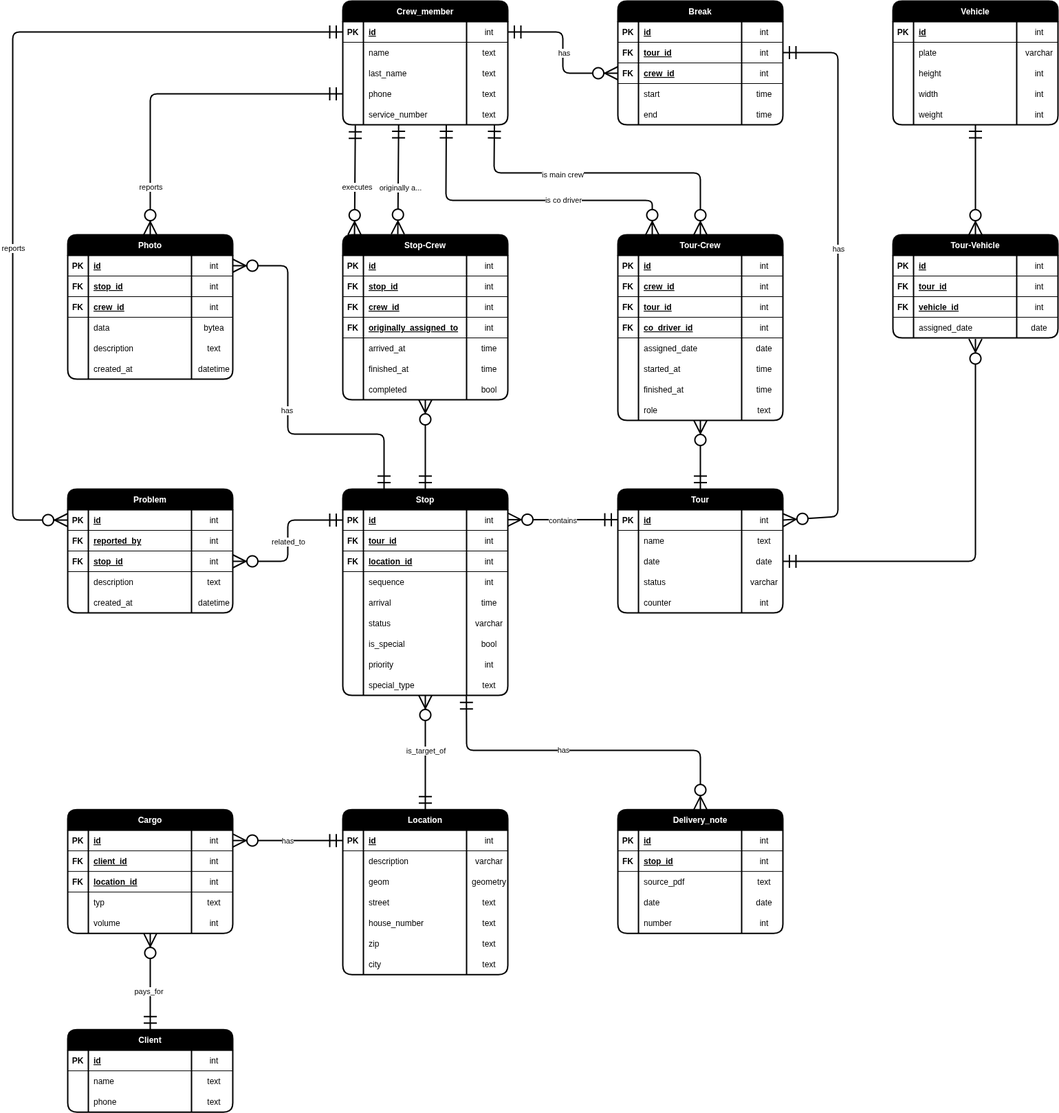
Above: docs/database/erd.png in gabrielbindi/VoBi-Tour (draw.io), before the change. Source tidied: cells renumbered, new cells last; positions are measured from the earlier drawing's top-left corner, leaving out a move shared by most shapes.
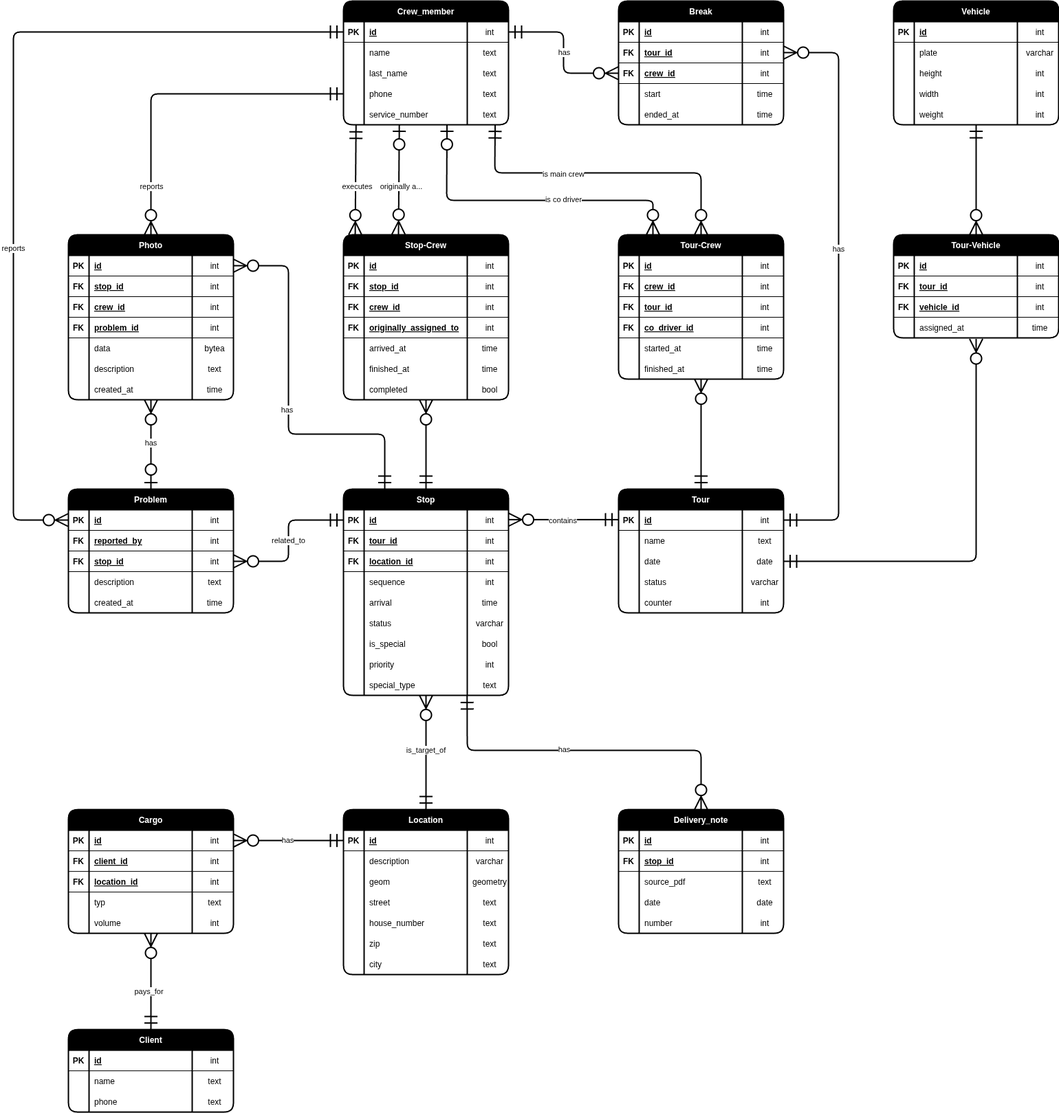
The same file after the commit.

Commit message:
#26 deledet compledet_at from Stop-Crew

What changed in the source:
```diff
@@ -1,4 +1,4 @@
-<mxGraphModel background="#ffffff">
+<mxGraphModel>
   <root>
     <mxCell id="0" />
     <mxCell id="1" parent="0" />
@@ -185,7 +185,7 @@
     <mxCell id="62" style="shape=partialRectangle;fillColor=none;top=0;left=0;bottom=0;right=0;overflow=hidden;" parent="61" vertex="1">
       <mxGeometry width="30" height="30" as="geometry" />
     </mxCell>
-    <mxCell id="63" value="end" style="shape=partialRectangle;fillColor=none;top=0;left=0;bottom=0;right=0;align=left;spacingLeft=6;overflow=hidden;" parent="61" vertex="1">
+    <mxCell id="63" value="ended_at" style="shape=partialRectangle;fillColor=none;top=0;left=0;bottom=0;right=0;align=left;spacingLeft=6;overflow=hidden;" parent="61" vertex="1">
       <mxGeometry x="30" width="150" height="30" as="geometry" />
     </mxCell>
     <mxCell id="64" value="time" style="shape=partialRectangle;fillColor=none;top=0;left=0;bottom=0;right=0;align=center;spacingLeft=6;overflow=hidden;" parent="61" vertex="1">
@@ -251,7 +251,7 @@
     <mxCell id="84" value="created_at" style="shape=partialRectangle;fillColor=none;top=0;left=0;bottom=0;right=0;align=left;spacingLeft=6;overflow=hidden;" parent="82" vertex="1">
       <mxGeometry x="30" width="150" height="30" as="geometry" />
     </mxCell>
-    <mxCell id="85" value="datetime" style="shape=partialRectangle;fillColor=none;top=0;left=0;bottom=0;right=0;align=center;spacingLeft=6;overflow=hidden;" parent="82" vertex="1">
+    <mxCell id="85" value="time" style="shape=partialRectangle;fillColor=none;top=0;left=0;bottom=0;right=0;align=center;spacingLeft=6;overflow=hidden;" parent="82" vertex="1">
       <mxGeometry x="180" width="60" height="30" as="geometry" />
     </mxCell>
     <mxCell id="86" style="fontSize=12;html=1;endArrow=ERzeroToMany;startArrow=ERmandOne;entryX=0;entryY=0.5;entryDx=0;entryDy=0;endSize=16;startSize=16;targetPerimeterSpacing=0;strokeWidth=2;exitX=0;exitY=0.5;exitDx=0;exitDy=0;" parent="1" edge="1" source="3" target="66">
@@ -331,7 +331,7 @@
       <mxGeometry x="180" width="60" height="30" as="geometry" />
     </mxCell>
     <mxCell id="109" value="Photo" style="shape=table;startSize=30;rowLines=0;fontStyle=1;align=center;swimlaneFillColor=none;fillColor=#000000;fontColor=#FFFFFF;strokeWidth=2;rounded=1;" parent="1" vertex="1">
-      <mxGeometry x="80" y="340" width="240" height="210" as="geometry" />
+      <mxGeometry x="80" y="340" width="240" height="240" as="geometry" />
     </mxCell>
     <mxCell id="110" style="shape=tableRow;horizontal=0;startSize=0;swimlaneHead=0;swimlaneBody=0;fillColor=none;points=[[0,0.5],[1,0.5]];portConstraint=eastwest;top=0;left=0;right=0;bottom=1;" parent="109" vertex="1">
       <mxGeometry y="30" width="240" height="30" as="geometry" />
@@ -369,8 +369,20 @@
     <mxCell id="121" value="int" style="shape=partialRectangle;fillColor=none;top=0;left=0;bottom=0;right=0;align=center;spacingLeft=6;fontStyle=0;overflow=hidden;" parent="118" vertex="1">
       <mxGeometry x="180" width="60" height="30" as="geometry" />
     </mxCell>
+    <mxCell id="366" style="shape=tableRow;horizontal=0;startSize=0;swimlaneHead=0;swimlaneBody=0;fillColor=none;top=0;left=0;right=0;bottom=1;" parent="109" vertex="1">
+      <mxGeometry y="120" width="240" height="30" as="geometry" />
+    </mxCell>
+    <mxCell id="367" value="FK" style="shape=partialRectangle;fillColor=none;top=0;left=0;bottom=0;right=0;fontStyle=1;overflow=hidden;" parent="366" vertex="1">
+      <mxGeometry width="30" height="30" as="geometry" />
+    </mxCell>
+    <mxCell id="368" value="problem_id" style="shape=partialRectangle;fillColor=none;top=0;left=0;bottom=0;right=0;align=left;spacingLeft=6;fontStyle=5;overflow=hidden;" parent="366" vertex="1">
+      <mxGeometry x="30" width="150" height="30" as="geometry" />
+    </mxCell>
+    <mxCell id="369" value="int" style="shape=partialRectangle;fillColor=none;top=0;left=0;bottom=0;right=0;align=center;spacingLeft=6;fontStyle=0;overflow=hidden;" parent="366" vertex="1">
+      <mxGeometry x="180" width="60" height="30" as="geometry" />
+    </mxCell>
     <mxCell id="122" style="shape=tableRow;horizontal=0;startSize=0;swimlaneHead=0;swimlaneBody=0;fillColor=none;top=0;left=0;right=0;bottom=0;" parent="109" vertex="1">
-      <mxGeometry y="120" width="240" height="30" as="geometry" />
+      <mxGeometry y="150" width="240" height="30" as="geometry" />
     </mxCell>
     <mxCell id="123" style="shape=partialRectangle;fillColor=none;top=0;left=0;bottom=0;right=0;overflow=hidden;" parent="122" vertex="1">
       <mxGeometry width="30" height="30" as="geometry" />
@@ -382,7 +394,7 @@
       <mxGeometry x="180" width="60" height="30" as="geometry" />
     </mxCell>
     <mxCell id="126" style="shape=tableRow;horizontal=0;startSize=0;swimlaneHead=0;swimlaneBody=0;fillColor=none;top=0;left=0;right=0;bottom=0;" parent="109" vertex="1">
-      <mxGeometry y="150" width="240" height="30" as="geometry" />
+      <mxGeometry y="180" width="240" height="30" as="geometry" />
     </mxCell>
     <mxCell id="127" style="shape=partialRectangle;fillColor=none;top=0;left=0;bottom=0;right=0;overflow=hidden;" parent="126" vertex="1">
       <mxGeometry width="30" height="30" as="geometry" />
@@ -394,7 +406,7 @@
       <mxGeometry x="180" width="60" height="30" as="geometry" />
     </mxCell>
     <mxCell id="130" style="shape=tableRow;horizontal=0;startSize=0;swimlaneHead=0;swimlaneBody=0;fillColor=none;top=0;left=0;right=0;bottom=0;" parent="109" vertex="1">
-      <mxGeometry y="180" width="240" height="30" as="geometry" />
+      <mxGeometry y="210" width="240" height="30" as="geometry" />
     </mxCell>
     <mxCell id="131" style="shape=partialRectangle;fillColor=none;top=0;left=0;bottom=0;right=0;overflow=hidden;" parent="130" vertex="1">
       <mxGeometry width="30" height="30" as="geometry" />
@@ -402,7 +414,7 @@
     <mxCell id="132" value="created_at" style="shape=partialRectangle;fillColor=none;top=0;left=0;bottom=0;right=0;align=left;spacingLeft=6;overflow=hidden;" parent="130" vertex="1">
       <mxGeometry x="30" width="150" height="30" as="geometry" />
     </mxCell>
-    <mxCell id="133" value="datetime" style="shape=partialRectangle;fillColor=none;top=0;left=0;bottom=0;right=0;align=center;spacingLeft=6;overflow=hidden;" parent="130" vertex="1">
+    <mxCell id="133" value="time" style="shape=partialRectangle;fillColor=none;top=0;left=0;bottom=0;right=0;align=center;spacingLeft=6;overflow=hidden;" parent="130" vertex="1">
       <mxGeometry x="180" width="60" height="30" as="geometry" />
     </mxCell>
     <mxCell id="134" value="Location" style="shape=table;startSize=30;rowLines=0;fontStyle=1;align=center;swimlaneFillColor=none;fillColor=#000000;fontColor=#FFFFFF;strokeWidth=2;rounded=1;" parent="1" vertex="1">
@@ -972,10 +984,10 @@
     <mxCell id="313" style="shape=partialRectangle;fillColor=none;top=0;left=0;bottom=0;right=0;overflow=hidden;" parent="312" vertex="1">
       <mxGeometry width="30" height="30" as="geometry" />
     </mxCell>
-    <mxCell id="314" value="assigned_date" style="shape=partialRectangle;fillColor=none;top=0;left=0;bottom=0;right=0;align=left;spacingLeft=6;overflow=hidden;" parent="312" vertex="1">
+    <mxCell id="314" value="assigned_at" style="shape=partialRectangle;fillColor=none;top=0;left=0;bottom=0;right=0;align=left;spacingLeft=6;overflow=hidden;" parent="312" vertex="1">
       <mxGeometry x="30" width="150" height="30" as="geometry" />
     </mxCell>
-    <mxCell id="315" value="date" style="shape=partialRectangle;fillColor=none;top=0;left=0;bottom=0;right=0;align=center;spacingLeft=6;overflow=hidden;" parent="312" vertex="1">
+    <mxCell id="315" value="time" style="shape=partialRectangle;fillColor=none;top=0;left=0;bottom=0;right=0;align=center;spacingLeft=6;overflow=hidden;" parent="312" vertex="1">
       <mxGeometry x="180" width="60" height="30" as="geometry" />
     </mxCell>
     <mxCell id="316" style="fontSize=12;html=1;endArrow=ERzeroToMany;endFill=1;startArrow=ERmandOne;endSize=16;startSize=16;strokeWidth=2;entryX=0.5;entryY=0;entryDx=0;entryDy=0;startFill=0;" parent="1" edge="1" source="88" target="299">
@@ -990,7 +1002,7 @@
       </mxGeometry>
     </mxCell>
     <mxCell id="318" value="Tour-Crew" style="shape=table;startSize=30;rowLines=0;fontStyle=1;align=center;swimlaneFillColor=none;fillColor=#000000;fontColor=#FFFFFF;strokeWidth=2;rounded=1;" parent="1" vertex="1">
-      <mxGeometry x="880" y="340" width="240" height="270" as="geometry" />
+      <mxGeometry x="880" y="340" width="240" height="210" as="geometry" />
     </mxCell>
     <mxCell id="319" style="shape=tableRow;horizontal=0;startSize=0;swimlaneHead=0;swimlaneBody=0;fillColor=none;top=0;left=0;right=0;bottom=1;" parent="318" vertex="1">
       <mxGeometry y="30" width="240" height="30" as="geometry" />
@@ -1040,20 +1052,8 @@
     <mxCell id="334" value="int" style="shape=partialRectangle;fillColor=none;top=0;left=0;bottom=0;right=0;align=center;spacingLeft=6;fontStyle=0;overflow=hidden;" parent="331" vertex="1">
       <mxGeometry x="180" width="60" height="30" as="geometry" />
     </mxCell>
-    <mxCell id="335" style="shape=tableRow;horizontal=0;startSize=0;swimlaneHead=0;swimlaneBody=0;fillColor=none;top=0;left=0;right=0;bottom=0;" parent="318" vertex="1">
-      <mxGeometry y="150" width="240" height="30" as="geometry" />
-    </mxCell>
-    <mxCell id="336" style="shape=partialRectangle;fillColor=none;top=0;left=0;bottom=0;right=0;overflow=hidden;" parent="335" vertex="1">
-      <mxGeometry width="30" height="30" as="geometry" />
-    </mxCell>
-    <mxCell id="337" value="assigned_date" style="shape=partialRectangle;fillColor=none;top=0;left=0;bottom=0;right=0;align=left;spacingLeft=6;overflow=hidden;" parent="335" vertex="1">
-      <mxGeometry x="30" width="150" height="30" as="geometry" />
-    </mxCell>
-    <mxCell id="338" value="date" style="shape=partialRectangle;fillColor=none;top=0;left=0;bottom=0;right=0;align=center;spacingLeft=6;overflow=hidden;" parent="335" vertex="1">
-      <mxGeometry x="180" width="60" height="30" as="geometry" />
-    </mxCell>
     <mxCell id="339" style="shape=tableRow;horizontal=0;startSize=0;swimlaneHead=0;swimlaneBody=0;fillColor=none;top=0;left=0;right=0;bottom=0;" parent="318" vertex="1">
-      <mxGeometry y="180" width="240" height="30" as="geometry" />
+      <mxGeometry y="150" width="240" height="30" as="geometry" />
     </mxCell>
     <mxCell id="340" style="shape=partialRectangle;fillColor=none;top=0;left=0;bottom=0;right=0;overflow=hidden;" parent="339" vertex="1">
       <mxGeometry width="30" height="30" as="geometry" />
@@ -1065,7 +1065,7 @@
       <mxGeometry x="180" width="60" height="30" as="geometry" />
     </mxCell>
     <mxCell id="343" style="shape=tableRow;horizontal=0;startSize=0;swimlaneHead=0;swimlaneBody=0;fillColor=none;top=0;left=0;right=0;bottom=0;" parent="318" vertex="1">
-      <mxGeometry y="210" width="240" height="30" as="geometry" />
+      <mxGeometry y="180" width="240" height="30" as="geometry" />
     </mxCell>
     <mxCell id="344" style="shape=partialRectangle;fillColor=none;top=0;left=0;bottom=0;right=0;overflow=hidden;" parent="343" vertex="1">
       <mxGeometry width="30" height="30" as="geometry" />
@@ -1076,18 +1076,6 @@
     <mxCell id="346" value="time" style="shape=partialRectangle;fillColor=none;top=0;left=0;bottom=0;right=0;align=center;spacingLeft=6;overflow=hidden;" parent="343" vertex="1">
       <mxGeometry x="180" width="60" height="30" as="geometry" />
     </mxCell>
-    <mxCell id="347" style="shape=tableRow;horizontal=0;startSize=0;swimlaneHead=0;swimlaneBody=0;fillColor=none;top=0;left=0;right=0;bottom=0;" parent="318" vertex="1">
-      <mxGeometry y="240" width="240" height="30" as="geometry" />
-    </mxCell>
-    <mxCell id="348" style="shape=partialRectangle;fillColor=none;top=0;left=0;bottom=0;right=0;overflow=hidden;" parent="347" vertex="1">
-      <mxGeometry width="30" height="30" as="geometry" />
-    </mxCell>
-    <mxCell id="349" value="role" style="shape=partialRectangle;fillColor=none;top=0;left=0;bottom=0;right=0;align=left;spacingLeft=6;overflow=hidden;" parent="347" vertex="1">
-      <mxGeometry x="30" width="150" height="30" as="geometry" />
-    </mxCell>
-    <mxCell id="350" value="text" style="shape=partialRectangle;fillColor=none;top=0;left=0;bottom=0;right=0;align=center;spacingLeft=6;overflow=hidden;" parent="347" vertex="1">
-      <mxGeometry x="180" width="60" height="30" as="geometry" />
-    </mxCell>
     <mxCell id="351" style="fontSize=12;html=1;endArrow=ERmandOne;endFill=0;startArrow=ERzeroToMany;endSize=16;startSize=16;strokeWidth=2;entryX=0.919;entryY=1.005;entryDx=0;entryDy=0;exitX=0.5;exitY=0;exitDx=0;exitDy=0;entryPerimeter=0;startFill=0;" parent="1" edge="1" source="318" target="19">
       <mxGeometry relative="1" as="geometry">
         <Array as="points">
@@ -1130,11 +1118,11 @@
         <mxPoint x="-1" y="-17" as="offset" />
       </mxGeometry>
     </mxCell>
-    <mxCell id="358" style="fontSize=12;html=1;endArrow=ERzeroToMany;startArrow=ERmandOne;endSize=16;startSize=16;targetPerimeterSpacing=0;strokeWidth=2;entryX=1;entryY=0.5;entryDx=0;entryDy=0;exitX=1;exitY=0.5;exitDx=0;exitDy=0;" parent="1" edge="1" source="49" target="24">
+    <mxCell id="358" style="fontSize=12;html=1;endArrow=ERmandOne;startArrow=ERzeroToMany;endSize=16;startSize=16;targetPerimeterSpacing=0;strokeWidth=2;entryX=1;entryY=0.5;entryDx=0;entryDy=0;exitX=1;exitY=0.5;exitDx=0;exitDy=0;endFill=0;startFill=0;" parent="1" edge="1" source="49" target="24">
       <mxGeometry relative="1" as="geometry">
         <Array as="points">
           <mxPoint x="1200" y="75" />
-          <mxPoint x="1200" y="750" />
+          <mxPoint x="1200" y="755" />
         </Array>
       </mxGeometry>
     </mxCell>
@@ -1156,7 +1144,7 @@
         <mxPoint y="14" as="offset" />
       </mxGeometry>
     </mxCell>
-    <mxCell id="362" style="fontSize=12;html=1;endArrow=ERzeroToMany;endFill=0;startArrow=ERmandOne;endSize=16;startSize=16;strokeWidth=2;entryX=0.071;entryY=0;entryDx=0;entryDy=0;startFill=0;exitX=0.076;exitY=1.026;exitDx=0;exitDy=0;exitPerimeter=0;entryPerimeter=0;" parent="1" edge="1">
+    <mxCell id="362" style="fontSize=12;html=1;endArrow=ERzeroToMany;endFill=0;startArrow=ERzeroToOne;endSize=16;startSize=16;strokeWidth=2;entryX=0.071;entryY=0;entryDx=0;entryDy=0;startFill=0;exitX=0.076;exitY=1.026;exitDx=0;exitDy=0;exitPerimeter=0;entryPerimeter=0;" parent="1" edge="1">
       <mxGeometry relative="1" as="geometry">
         <mxPoint x="561.2" y="180" as="sourcePoint" />
         <mxPoint x="560" y="339.2" as="targetPoint" />
@@ -1167,7 +1155,7 @@
         <mxPoint y="19" as="offset" />
       </mxGeometry>
     </mxCell>
-    <mxCell id="364" style="fontSize=12;html=1;endArrow=ERmandOne;endFill=0;startArrow=ERzeroToMany;endSize=16;startSize=16;strokeWidth=2;entryX=0.919;entryY=1.005;entryDx=0;entryDy=0;exitX=0.5;exitY=0;exitDx=0;exitDy=0;entryPerimeter=0;startFill=0;" parent="1" edge="1">
+    <mxCell id="364" style="fontSize=12;html=1;endArrow=ERzeroToOne;endFill=0;startArrow=ERzeroToMany;endSize=16;startSize=16;strokeWidth=2;entryX=0.919;entryY=1.005;entryDx=0;entryDy=0;exitX=0.5;exitY=0;exitDx=0;exitDy=0;entryPerimeter=0;startFill=0;" parent="1" edge="1">
       <mxGeometry relative="1" as="geometry">
         <mxPoint x="930" y="339.9" as="sourcePoint" />
         <mxPoint x="630.6" y="180" as="targetPoint" />
@@ -1182,5 +1170,13 @@
         <mxPoint x="-13" as="offset" />
       </mxGeometry>
     </mxCell>
+    <mxCell id="370" style="fontSize=12;html=1;endArrow=ERzeroToMany;startArrow=ERzeroToOne;entryX=0.5;entryY=1;entryDx=0;entryDy=0;endSize=16;startSize=16;targetPerimeterSpacing=0;strokeWidth=2;exitX=0.5;exitY=0;exitDx=0;exitDy=0;endFill=0;startFill=0;" parent="1" edge="1" source="65" target="109">
+      <mxGeometry relative="1" as="geometry" />
+    </mxCell>
+    <mxCell id="371" value="has" style="edgeLabel;html=1;align=center;verticalAlign=middle;" parent="370" vertex="1">
+      <mxGeometry x="-0.19" y="1" relative="1" as="geometry">
+        <mxPoint x="1" y="-15" as="offset" />
+      </mxGeometry>
+    </mxCell>
   </root>
 </mxGraphModel>
```
